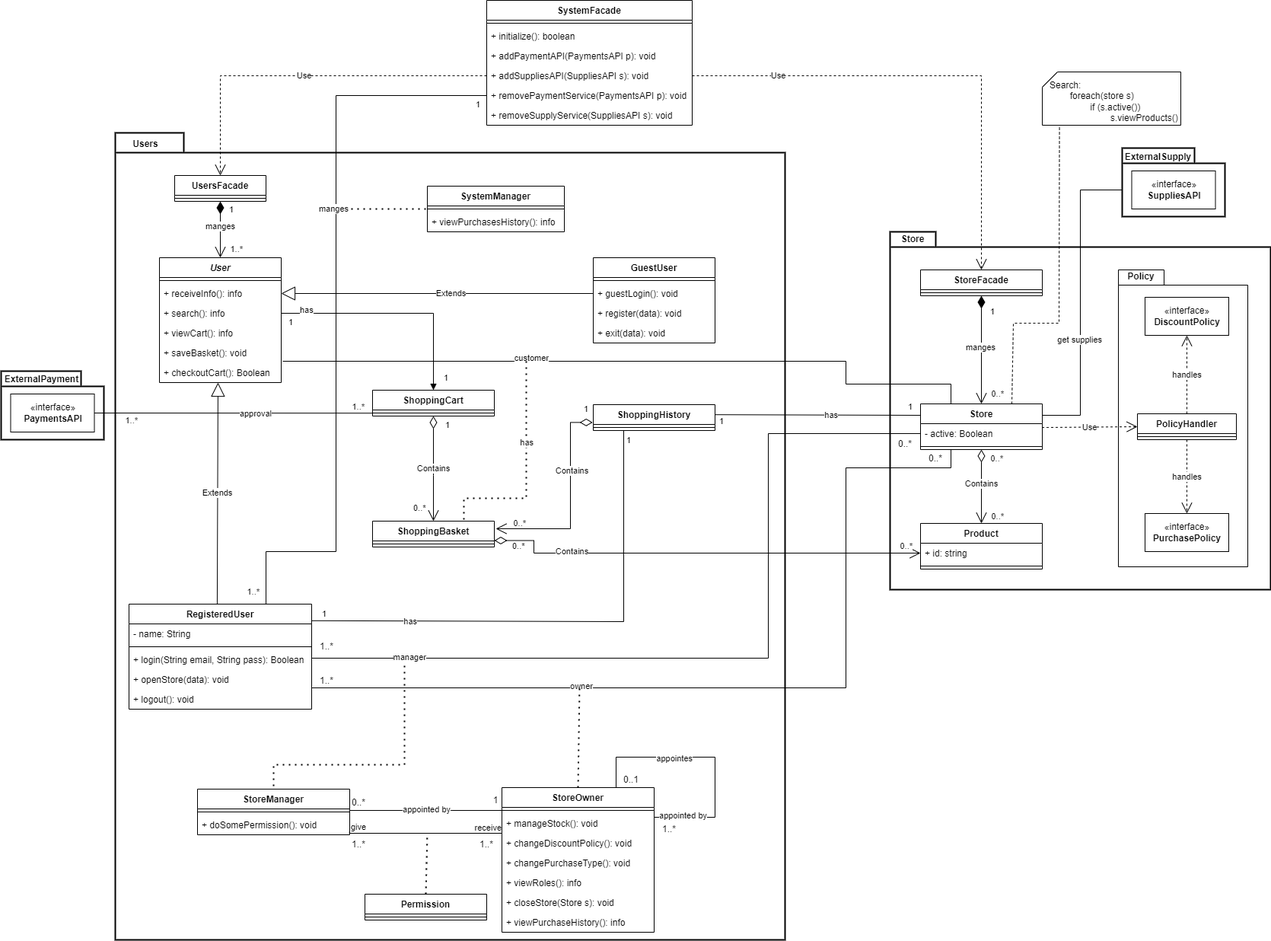
Earlier version of the draw.io export Version-0/Documents/ClassDiagram.png (TariqGanem/WorkshopProject). Source tidied: cells renumbered, new cells last; positions are measured from the earlier drawing's top-left corner, leaving out a move shared by most shapes.
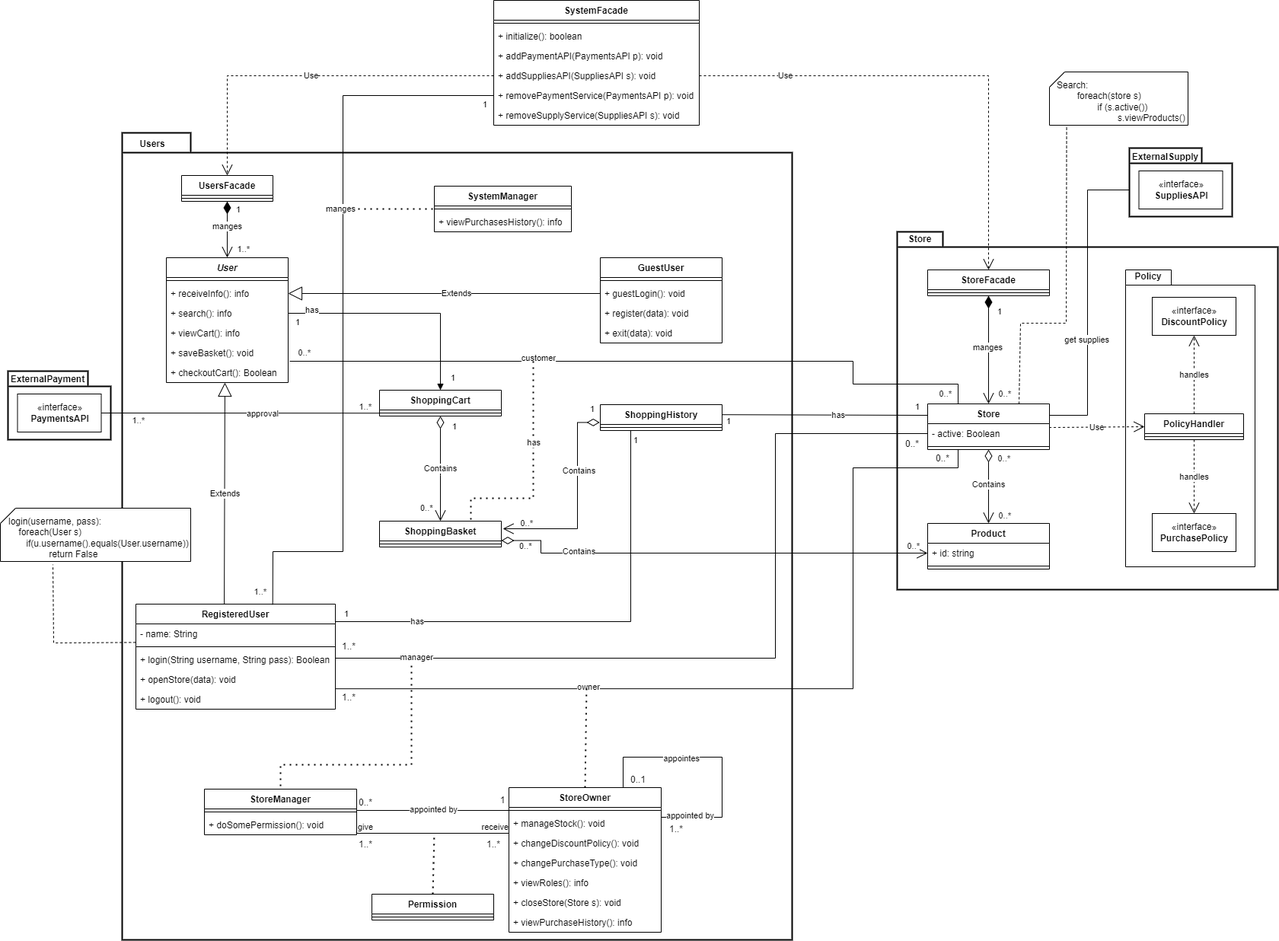
Later version of the same file.

Commit message:
added OCL to class diagram

Change to the diagram source:
```diff
@@ -21,24 +21,24 @@
       <mxGeometry x="1468" y="354" width="170" height="390" as="geometry" />
     </mxCell>
     <mxCell id="8" value="RegisteredUser" style="swimlane;fontStyle=1;align=center;verticalAlign=top;horizontal=1;startSize=26;" parent="1" vertex="1">
-      <mxGeometry x="168" y="793" width="240" height="138" as="geometry" />
+      <mxGeometry x="168" y="793" width="262" height="138" as="geometry" />
     </mxCell>
     <mxCell id="9" value="- name: String" style="text;strokeColor=none;fillColor=none;align=left;verticalAlign=top;spacingLeft=4;spacingRight=4;overflow=hidden;points=[[0,0.5],[1,0.5]];portConstraint=eastwest;" parent="8" vertex="1">
-      <mxGeometry y="26" width="240" height="26" as="geometry" />
+      <mxGeometry y="26" width="262" height="26" as="geometry" />
     </mxCell>
     <mxCell id="10" style="line;strokeWidth=1;fillColor=none;align=left;verticalAlign=middle;spacingTop=-1;spacingLeft=3;spacingRight=3;labelPosition=right;" parent="8" vertex="1">
-      <mxGeometry y="52" width="240" height="8" as="geometry" />
+      <mxGeometry y="52" width="262" height="8" as="geometry" />
     </mxCell>
-    <mxCell id="11" value="+ login(String email, String pass): Boolean" style="text;strokeColor=none;fillColor=none;align=left;verticalAlign=top;spacingLeft=4;spacingRight=4;overflow=hidden;points=[[0,0.5],[1,0.5]];portConstraint=eastwest;" parent="8" vertex="1">
-      <mxGeometry y="60" width="240" height="26" as="geometry" />
+    <mxCell id="11" value="+ login(String username, String pass): Boolean" style="text;strokeColor=none;fillColor=none;align=left;verticalAlign=top;spacingLeft=4;spacingRight=4;overflow=hidden;points=[[0,0.5],[1,0.5]];portConstraint=eastwest;" parent="8" vertex="1">
+      <mxGeometry y="60" width="262" height="26" as="geometry" />
     </mxCell>
     <mxCell id="12" value="+ openStore(data): void" style="text;strokeColor=none;fillColor=none;align=left;verticalAlign=top;spacingLeft=4;spacingRight=4;overflow=hidden;points=[[0,0.5],[1,0.5]];portConstraint=eastwest;" parent="8" vertex="1">
-      <mxGeometry y="86" width="240" height="26" as="geometry" />
+      <mxGeometry y="86" width="262" height="26" as="geometry" />
     </mxCell>
     <mxCell id="13" value="+ logout(): void" style="text;strokeColor=none;fillColor=none;align=left;verticalAlign=top;spacingLeft=4;spacingRight=4;overflow=hidden;" parent="8" vertex="1">
-      <mxGeometry y="112" width="240" height="26" as="geometry" />
+      <mxGeometry y="112" width="262" height="26" as="geometry" />
     </mxCell>
-    <mxCell id="14" value="Extends" style="endArrow=block;endSize=16;endFill=0;html=1;rounded=0;exitX=0.483;exitY=0.003;exitDx=0;exitDy=0;entryX=0.481;entryY=1;entryDx=0;entryDy=0;entryPerimeter=0;exitPerimeter=0;" parent="1" edge="1" source="8" target="115">
+    <mxCell id="14" value="Extends" style="endArrow=block;endSize=16;endFill=0;html=1;rounded=0;exitX=0.443;exitY=0.003;exitDx=0;exitDy=0;entryX=0.481;entryY=1;entryDx=0;entryDy=0;entryPerimeter=0;exitPerimeter=0;" parent="1" edge="1" source="8" target="115">
       <mxGeometry relative="1" as="geometry" />
     </mxCell>
     <mxCell id="15" value="GuestUser" style="swimlane;fontStyle=1;align=center;verticalAlign=top;horizontal=1;startSize=26;" parent="1" vertex="1">
@@ -76,13 +76,12 @@
       <mxGeometry x="1198" y="587" width="60" height="30" as="geometry" />
     </mxCell>
     <mxCell id="24" value="1..*" style="text;html=1;strokeColor=none;fillColor=none;align=center;verticalAlign=middle;whiteSpace=wrap;rounded=0;" parent="1" vertex="1">
-      <mxGeometry x="398" y="834" width="60" height="30" as="geometry" />
+      <mxGeometry x="418" y="834" width="60" height="30" as="geometry" />
     </mxCell>
-    <mxCell id="25" style="endArrow=none;html=1;edgeStyle=orthogonalEdgeStyle;rounded=0;exitX=1;exitY=0.694;exitDx=0;exitDy=0;entryX=0.25;entryY=1;entryDx=0;entryDy=0;exitPerimeter=0;" parent="1" edge="1" source="11" target="117">
+    <mxCell id="25" style="endArrow=none;html=1;edgeStyle=orthogonalEdgeStyle;rounded=0;entryX=0.25;entryY=1;entryDx=0;entryDy=0;exitX=1.002;exitY=0.969;exitDx=0;exitDy=0;exitPerimeter=0;" parent="1" edge="1" source="12" target="117">
       <mxGeometry relative="1" as="geometry">
         <Array as="points">
-          <mxPoint x="408" y="903" />
-          <mxPoint x="1110" y="903" />
+          <mxPoint x="1110" y="904" />
           <mxPoint x="1110" y="614" />
           <mxPoint x="1248" y="614" />
         </Array>
@@ -97,7 +96,7 @@
       <mxGeometry x="1158" y="568" width="60" height="30" as="geometry" />
     </mxCell>
     <mxCell id="28" value="1..*" style="text;html=1;strokeColor=none;fillColor=none;align=center;verticalAlign=middle;whiteSpace=wrap;rounded=0;" parent="1" vertex="1">
-      <mxGeometry x="398" y="879" width="60" height="30" as="geometry" />
+      <mxGeometry x="418" y="901" width="60" height="30" as="geometry" />
     </mxCell>
     <mxCell id="29" value="StoreManager" style="swimlane;fontStyle=1;align=center;verticalAlign=top;horizontal=1;startSize=26;" parent="1" vertex="1">
       <mxGeometry x="258" y="1036" width="200" height="60" as="geometry" />
@@ -259,15 +258,16 @@
         <mxPoint x="22" y="-138" as="offset" />
       </mxGeometry>
     </mxCell>
-    <mxCell id="68" style="endArrow=none;html=1;rounded=0;entryX=0.25;entryY=1;entryDx=0;entryDy=0;exitX=1;exitY=0.158;exitDx=0;exitDy=0;exitPerimeter=0;" parent="1" edge="1" source="8" target="62">
+    <mxCell id="68" style="endArrow=none;html=1;rounded=0;entryX=0.25;entryY=1;entryDx=0;entryDy=0;" parent="1" edge="1" target="62">
       <mxGeometry relative="1" as="geometry">
+        <mxPoint x="430" y="816" as="sourcePoint" />
         <Array as="points">
           <mxPoint x="818" y="816" />
         </Array>
       </mxGeometry>
     </mxCell>
     <mxCell id="69" value="1" style="edgeLabel;html=1;align=right;verticalAlign=top;" parent="1" vertex="1">
-      <mxGeometry x="428" y="793" as="geometry" />
+      <mxGeometry x="448" y="793" as="geometry" />
     </mxCell>
     <mxCell id="70" value="1" style="edgeLabel;html=1;align=right;verticalAlign=top;" parent="1" vertex="1">
       <mxGeometry x="828" y="565" as="geometry" />
@@ -530,7 +530,7 @@
         <mxPoint x="760" y="904" as="targetPoint" />
       </mxGeometry>
     </mxCell>
-    <mxCell id="140" style="endArrow=none;html=1;rounded=0;entryX=0;entryY=0.5;entryDx=0;entryDy=0;exitX=0.75;exitY=0;exitDx=0;exitDy=0;" parent="1" edge="1" source="8" target="106">
+    <mxCell id="140" style="endArrow=none;html=1;rounded=0;entryX=0;entryY=0.5;entryDx=0;entryDy=0;exitX=0.686;exitY=0.005;exitDx=0;exitDy=0;exitPerimeter=0;" parent="1" edge="1" source="8" target="106">
       <mxGeometry relative="1" as="geometry">
         <Array as="points">
           <mxPoint x="348" y="724" />
@@ -599,5 +599,24 @@
         </Array>
       </mxGeometry>
     </mxCell>
+    <mxCell id="154" value="0..*" style="edgeLabel;html=1;align=right;verticalAlign=top;" parent="1" vertex="1">
+      <mxGeometry x="398" y="450" as="geometry" />
+    </mxCell>
+    <mxCell id="155" value="0..*" style="edgeLabel;html=1;align=right;verticalAlign=top;" parent="1" vertex="1">
+      <mxGeometry x="1240" y="504" as="geometry" />
+    </mxCell>
+    <mxCell id="156" style="verticalLabelPosition=bottom;verticalAlign=top;html=1;shape=card;whiteSpace=wrap;size=20;arcSize=12;align=left;" parent="1" vertex="1">
+      <mxGeometry x="-10" y="667" width="250" height="70" as="geometry" />
+    </mxCell>
+    <mxCell id="157" value="login(username, pass):&lt;br&gt;&amp;nbsp; &amp;nbsp; foreach(User s)&lt;br&gt;&amp;nbsp; &amp;nbsp; &amp;nbsp; &amp;nbsp;if(u.username().equals(User.username))&lt;br&gt;&lt;span style=&quot;white-space: pre&quot;&gt;&#9;&lt;/span&gt;&lt;span style=&quot;white-space: pre&quot;&gt;&#9;&lt;/span&gt;return False" style="text;html=1;strokeColor=none;fillColor=none;align=left;verticalAlign=top;whiteSpace=wrap;rounded=0;" parent="1" vertex="1">
+      <mxGeometry x="-1" y="671" width="240" height="70" as="geometry" />
+    </mxCell>
+    <mxCell id="158" style="endArrow=none;dashed=1;html=1;rounded=0;entryX=0.25;entryY=1;entryDx=0;entryDy=0;exitX=-0.001;exitY=0.936;exitDx=0;exitDy=0;exitPerimeter=0;" parent="1" edge="1" source="9" target="157">
+      <mxGeometry relative="1" as="geometry">
+        <Array as="points">
+          <mxPoint x="60" y="844" />
+        </Array>
+      </mxGeometry>
+    </mxCell>
   </root>
 </mxGraphModel>
```
